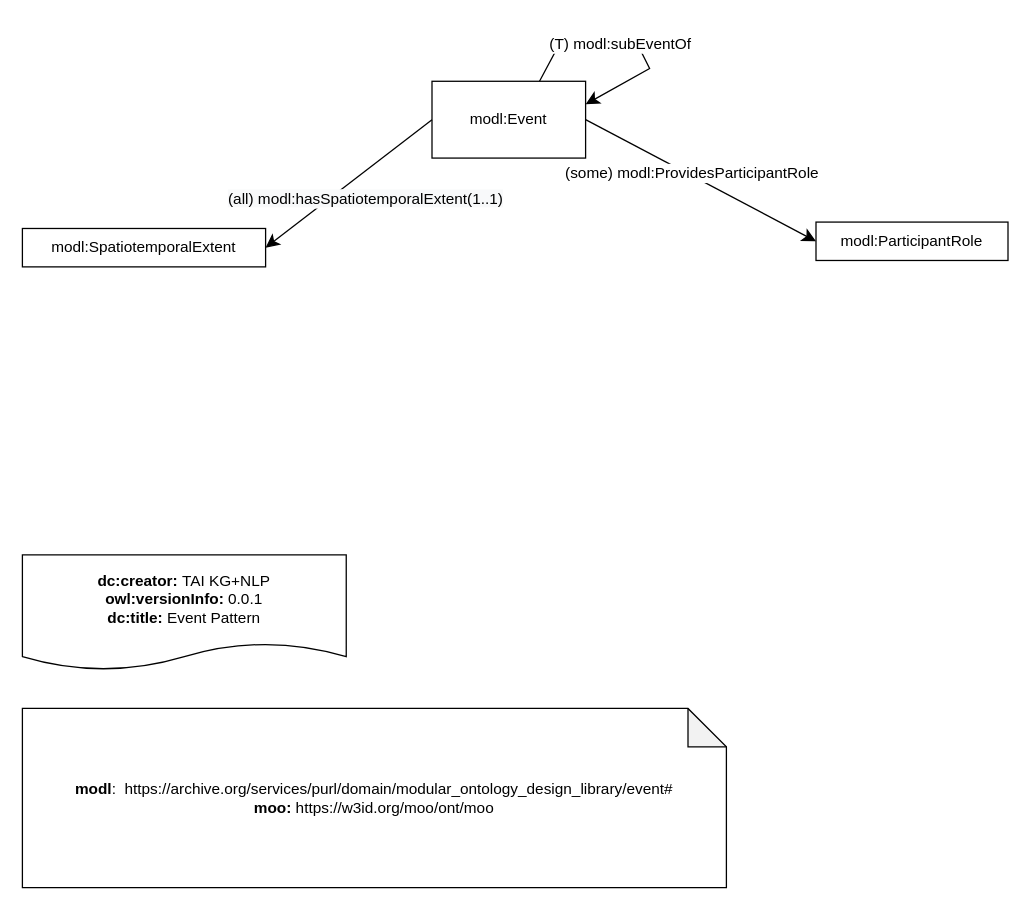
The draw.io diagram MODL Library Simplified/eventSimplified.drawio in nd-crane/Drawio-experiments, before the edit. Source tidied: cells renumbered, new cells numbered last; positions are measured from the earlier drawing's top-left corner, leaving out a move shared by most shapes. Both pictures are drawn from the tidied source at 128%, with x=0, y=0 at pixel (22, 42).
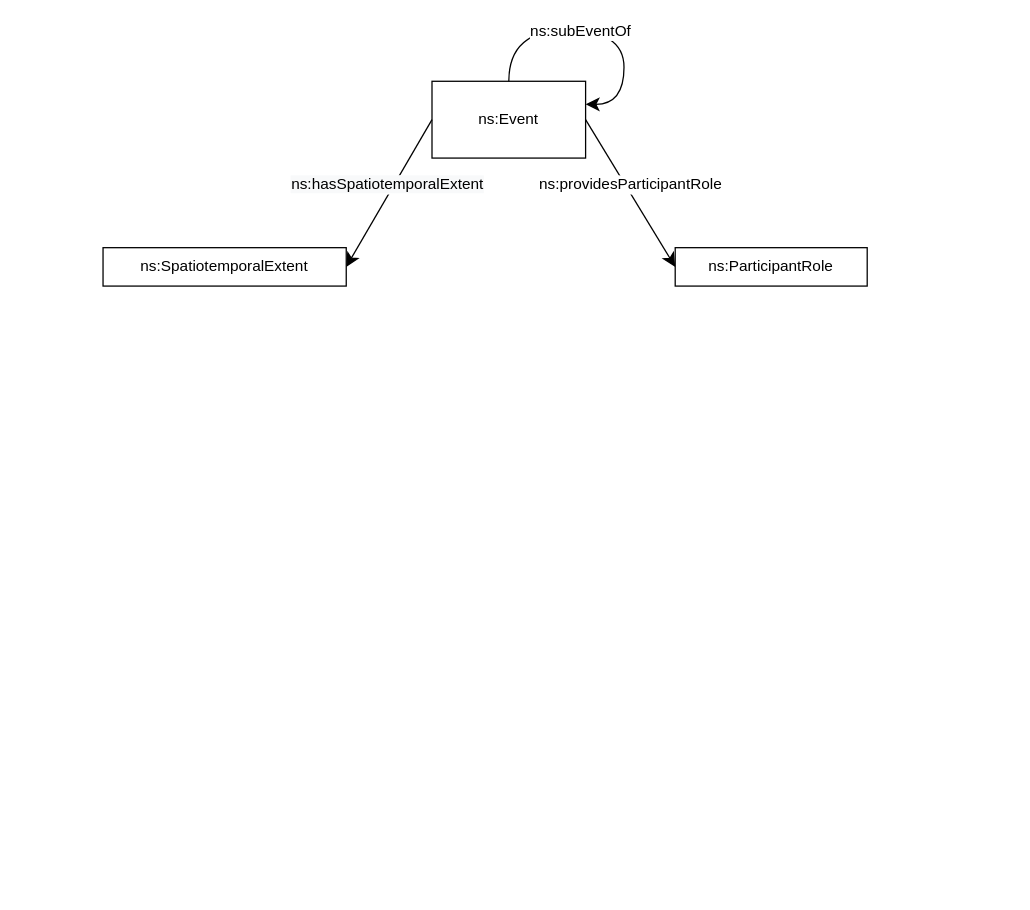
The same page after the edit.

Commit message (it also covers changes not shown here):
finished section of modl lib

What changed in the source:
```diff
@@
 <mxGraphModel>
   <root>
     <mxCell id="0" />
     <mxCell id="1" parent="0" />
-    <mxCell id="2" value="&lt;div&gt;&lt;b&gt;modl&lt;/b&gt;:&amp;nbsp;&amp;nbsp;https://archive.org/services/purl/domain/modular_ontology_design_library/event#&lt;/div&gt;&lt;div&gt;&lt;b&gt;moo:&lt;/b&gt;&amp;nbsp;https://w3id.org/moo/ont/moo&lt;/div&gt;" style="shape=note;whiteSpace=wrap;html=1;backgroundOutline=1;darkOpacity=0.05;" parent="1" vertex="1">
-      <mxGeometry y="520" width="550" height="140" as="geometry" />
-    </mxCell>
-    <mxCell id="3" value="&lt;div&gt;&lt;b&gt;dc:creator:&lt;/b&gt;&amp;nbsp;TAI KG+NLP&lt;/div&gt;&lt;div&gt;&lt;b&gt;owl:versionInfo:&lt;/b&gt; 0.0.1&lt;/div&gt;&lt;div&gt;&lt;b&gt;dc:title:&lt;/b&gt;&amp;nbsp;Event Pattern&lt;/div&gt;" style="shape=document;whiteSpace=wrap;html=1;boundedLbl=1;labelBackgroundColor=#ffffff;strokeColor=#000000;fontSize=12;fontColor=#000000;size=0.23333333333333334;" parent="1" vertex="1">
-      <mxGeometry y="400" width="253" height="90" as="geometry" />
-    </mxCell>
-    <mxCell id="4" value="modl:ParticipantRole" style="rounded=0;whiteSpace=wrap;html=1;snapToPoint=1;points=[[0.1,0],[0.2,0],[0.3,0],[0.4,0],[0.5,0],[0.6,0],[0.7,0],[0.8,0],[0.9,0],[0,0.1],[0,0.3],[0,0.5],[0,0.7],[0,0.9],[0.1,1],[0.2,1],[0.3,1],[0.4,1],[0.5,1],[0.6,1],[0.7,1],[0.8,1],[0.9,1],[1,0.1],[1,0.3],[1,0.5],[1,0.7],[1,0.9]];" parent="1" vertex="1">
-      <mxGeometry x="620" y="140" width="150" height="30" as="geometry" />
+    <mxCell id="4" value="ns:ParticipantRole" style="rounded=0;whiteSpace=wrap;html=1;snapToPoint=1;points=[[0.1,0],[0.2,0],[0.3,0],[0.4,0],[0.5,0],[0.6,0],[0.7,0],[0.8,0],[0.9,0],[0,0.1],[0,0.3],[0,0.5],[0,0.7],[0,0.9],[0.1,1],[0.2,1],[0.3,1],[0.4,1],[0.5,1],[0.6,1],[0.7,1],[0.8,1],[0.9,1],[1,0.1],[1,0.3],[1,0.5],[1,0.7],[1,0.9]];" parent="1" vertex="1">
+      <mxGeometry x="510" y="160" width="150" height="30" as="geometry" />
     </mxCell>
-    <mxCell id="5" value="modl:Event" style="rounded=0;whiteSpace=wrap;html=1;snapToPoint=1;points=[[0.1,0],[0.2,0],[0.3,0],[0.4,0],[0.5,0],[0.6,0],[0.7,0],[0.8,0],[0.9,0],[0,0.1],[0,0.3],[0,0.5],[0,0.7],[0,0.9],[0.1,1],[0.2,1],[0.3,1],[0.4,1],[0.5,1],[0.6,1],[0.7,1],[0.8,1],[0.9,1],[1,0.1],[1,0.3],[1,0.5],[1,0.7],[1,0.9]];" parent="1" vertex="1">
+    <mxCell id="5" value="ns:Event" style="rounded=0;whiteSpace=wrap;html=1;snapToPoint=1;points=[[0.1,0],[0.2,0],[0.3,0],[0.4,0],[0.5,0],[0.6,0],[0.7,0],[0.8,0],[0.9,0],[0,0.1],[0,0.3],[0,0.5],[0,0.7],[0,0.9],[0.1,1],[0.2,1],[0.3,1],[0.4,1],[0.5,1],[0.6,1],[0.7,1],[0.8,1],[0.9,1],[1,0.1],[1,0.3],[1,0.5],[1,0.7],[1,0.9]];" parent="1" vertex="1">
       <mxGeometry x="320" y="30" width="120" height="60" as="geometry" />
     </mxCell>
     <mxCell id="6" style="endArrow=classic;html=1;exitX=1;exitY=0.5;exitDx=0;exitDy=0;entryX=0;entryY=0.5;entryDx=0;entryDy=0;endSize=8;arcSize=0;" parent="1" edge="1" source="5" target="4">
       <mxGeometry relative="1" as="geometry" />
     </mxCell>
-    <mxCell id="7" value="&lt;div&gt;(some) modl:ProvidesParticipantRole&lt;/div&gt;" style="text;html=1;align=center;verticalAlign=middle;labelBackgroundColor=#ffffff;" parent="6" vertex="1">
+    <mxCell id="7" value="&lt;div&gt;ns:providesParticipantRole&lt;/div&gt;" style="text;html=1;align=center;verticalAlign=middle;labelBackgroundColor=#ffffff;" parent="6" vertex="1">
       <mxGeometry x="-0.13" relative="1" as="geometry">
         <mxPoint x="4.2" as="offset" />
       </mxGeometry>
     </mxCell>
     <mxCell id="8" style="endArrow=classic;html=1;exitX=0;exitY=0.5;exitDx=0;exitDy=0;entryX=1;entryY=0.5;entryDx=0;entryDy=0;endSize=8;arcSize=0;" parent="1" edge="1" source="5" target="10">
       <mxGeometry relative="1" as="geometry" />
     </mxCell>
-    <mxCell id="9" value="&lt;span style=&quot;background-color: rgb(248 , 249 , 250)&quot;&gt;(all) modl:hasSpatiotemporalExtent(1..1)&lt;br&gt;&lt;/span&gt;" style="text;html=1;align=center;verticalAlign=middle;labelBackgroundColor=#ffffff;" parent="8" vertex="1">
+    <mxCell id="9" value="&lt;span style=&quot;background-color: rgb(248 , 249 , 250)&quot;&gt;ns:hasSpatiotemporalExtent&lt;br&gt;&lt;/span&gt;" style="text;html=1;align=center;verticalAlign=middle;labelBackgroundColor=#ffffff;" parent="8" vertex="1">
       <mxGeometry x="-0.13" relative="1" as="geometry">
-        <mxPoint x="4" y="18" as="offset" />
+        <mxPoint x="-6" as="offset" />
       </mxGeometry>
     </mxCell>
-    <mxCell id="10" value="modl:SpatiotemporalExtent" style="rounded=0;whiteSpace=wrap;html=1;snapToPoint=1;points=[[0.1,0],[0.2,0],[0.3,0],[0.4,0],[0.5,0],[0.6,0],[0.7,0],[0.8,0],[0.9,0],[0,0.1],[0,0.3],[0,0.5],[0,0.7],[0,0.9],[0.1,1],[0.2,1],[0.3,1],[0.4,1],[0.5,1],[0.6,1],[0.7,1],[0.8,1],[0.9,1],[1,0.1],[1,0.3],[1,0.5],[1,0.7],[1,0.9]];" parent="1" vertex="1">
-      <mxGeometry y="145" width="190" height="30" as="geometry" />
+    <mxCell id="10" value="ns:SpatiotemporalExtent" style="rounded=0;whiteSpace=wrap;html=1;snapToPoint=1;points=[[0.1,0],[0.2,0],[0.3,0],[0.4,0],[0.5,0],[0.6,0],[0.7,0],[0.8,0],[0.9,0],[0,0.1],[0,0.3],[0,0.5],[0,0.7],[0,0.9],[0.1,1],[0.2,1],[0.3,1],[0.4,1],[0.5,1],[0.6,1],[0.7,1],[0.8,1],[0.9,1],[1,0.1],[1,0.3],[1,0.5],[1,0.7],[1,0.9]];" parent="1" vertex="1">
+      <mxGeometry x="63" y="160" width="190" height="30" as="geometry" />
     </mxCell>
-    <mxCell id="11" style="endArrow=classic;html=1;exitX=0.7;exitY=0;exitDx=0;exitDy=0;endSize=8;arcSize=0;entryX=1;entryY=0.3;entryDx=0;entryDy=0;" parent="1" edge="1" source="5" target="5">
+    <mxCell id="11" style="endArrow=classic;html=1;exitX=0.5;exitY=0;exitDx=0;exitDy=0;entryX=1;entryY=0.3;entryDx=0;entryDy=0;endSize=8;arcSize=0;curved=1;edgeStyle=orthogonalEdgeStyle;" parent="1" edge="1" source="5" target="5">
       <mxGeometry relative="1" as="geometry">
         <Array as="points">
-          <mxPoint x="420" />
-          <mxPoint x="480" />
-          <mxPoint x="490" y="20" />
+          <mxPoint x="380" y="-10" />
+          <mxPoint x="470" y="-10" />
+          <mxPoint x="470" y="48" />
         </Array>
       </mxGeometry>
     </mxCell>
-    <mxCell id="12" value="&lt;div&gt;(T) modl:subEventOf&lt;/div&gt;" style="text;html=1;align=center;verticalAlign=middle;labelBackgroundColor=#ffffff;" parent="11" vertex="1">
-      <mxGeometry x="-0.13" relative="1" as="geometry">
-        <mxPoint x="4.2" as="offset" />
-      </mxGeometry>
-    </mxCell>
+    <mxCell id="13" value="&lt;div&gt;ns:subEventOf&lt;br&gt;&lt;/div&gt;" style="text;html=1;align=center;verticalAlign=middle;labelBackgroundColor=#ffffff;" parent="11" vertex="1">
+      <mxGeometry x="-0.13" relative="1" as="geometry" />
+    </mxCell>
   </root>
 </mxGraphModel>
```
